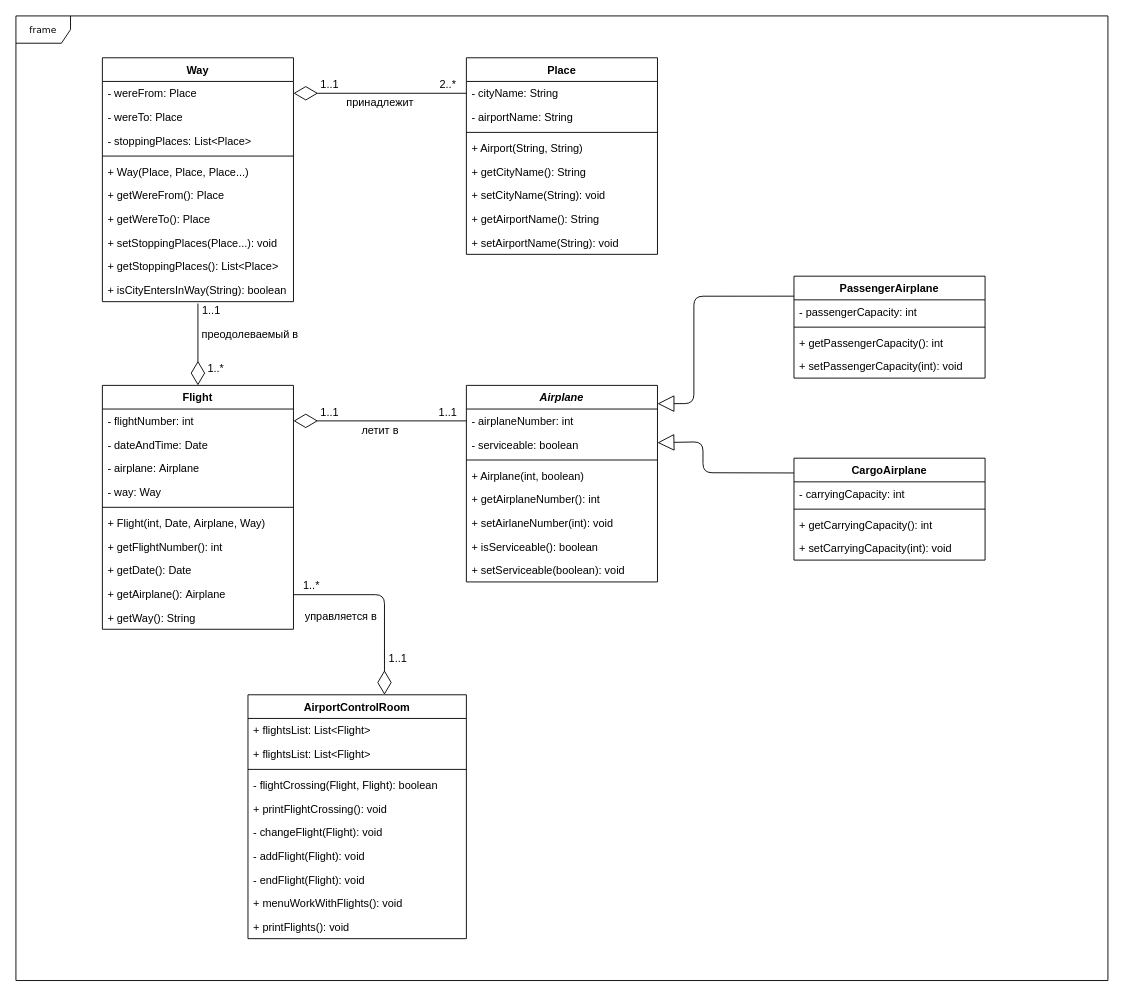
The draw.io diagram task-2/3/Airplane.drawio in Shurik-Yankovich/Restfull-web-project, before the edit. Source tidied: cells renumbered, new cells numbered last; positions are measured from the earlier drawing's top-left corner, leaving out a move shared by most shapes. Both pictures are drawn from the tidied source at 91%, with x=0, y=0 at pixel (15, 15).
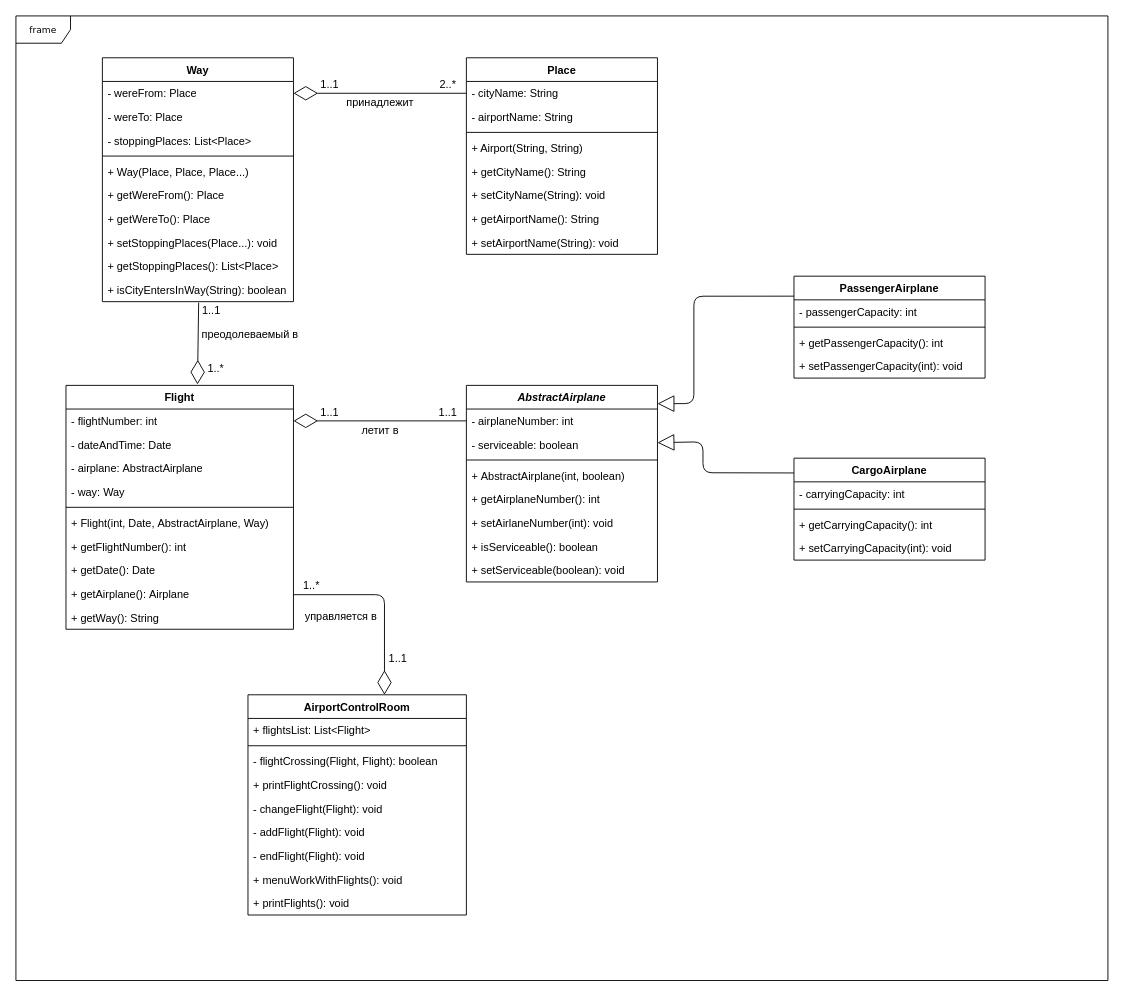
Above is the later version.

Unchanged cells that the change refers to:
```xml
<mxCell id="13" value="1..1" style="text;html=1;strokeColor=none;fillColor=none;align=center;verticalAlign=middle;whiteSpace=wrap;rounded=0;" parent="1" vertex="1">
  <mxGeometry x="195" y="314" width="40" height="20" as="geometry" />
</mxCell>
<mxCell id="36" value="+ isCityEntersInWay(String): boolean" style="text;strokeColor=none;fillColor=none;align=left;verticalAlign=top;spacingLeft=4;spacingRight=4;overflow=hidden;points=[[0,0.5],[1,0.5]];portConstraint=eastwest;" parent="26" vertex="1">
  <mxGeometry y="242" width="210" height="26" as="geometry" />
</mxCell>
```

What changed in the source:
```diff
@@
-    <mxCell id="7" style="endArrow=diamondThin;endFill=0;endSize=24;html=1;exitX=0.5;exitY=1.077;exitDx=0;exitDy=0;exitPerimeter=0;entryX=0.5;entryY=0;entryDx=0;entryDy=0;" parent="1" edge="1" source="36" target="37">
+    <mxCell id="7" style="endArrow=diamondThin;endFill=0;endSize=24;html=1;exitX=0.145;exitY=0.05;exitDx=0;exitDy=0;exitPerimeter=0;entryX=0.578;entryY=-0.004;entryDx=0;entryDy=0;entryPerimeter=0;" parent="1" edge="1" source="13" target="37">
       <mxGeometry relative="1" as="geometry" />
     </mxCell>
@@
     <mxCell id="37" value="Flight" style="swimlane;fontStyle=1;align=center;verticalAlign=top;horizontal=1;startSize=26;" parent="1" vertex="1">
-      <mxGeometry x="95" y="406" width="210" height="268" as="geometry" />
+      <mxGeometry x="55" y="406" width="250" height="268" as="geometry" />
     </mxCell>
     <mxCell id="38" value="- flightNumber: int" style="text;strokeColor=none;fillColor=none;align=left;verticalAlign=top;spacingLeft=4;spacingRight=4;overflow=hidden;points=[[0,0.5],[1,0.5]];portConstraint=eastwest;" parent="37" vertex="1">
-      <mxGeometry y="26" width="210" height="26" as="geometry" />
+      <mxGeometry y="26" width="250" height="26" as="geometry" />
     </mxCell>
     <mxCell id="39" value="- dateAndTime: Date" style="text;strokeColor=none;fillColor=none;align=left;verticalAlign=top;spacingLeft=4;spacingRight=4;overflow=hidden;" parent="37" vertex="1">
-      <mxGeometry y="52" width="210" height="26" as="geometry" />
+      <mxGeometry y="52" width="250" height="26" as="geometry" />
     </mxCell>
-    <mxCell id="40" value="- airplane: Airplane" style="text;strokeColor=none;fillColor=none;align=left;verticalAlign=top;spacingLeft=4;spacingRight=4;overflow=hidden;" parent="37" vertex="1">
-      <mxGeometry y="78" width="210" height="26" as="geometry" />
+    <mxCell id="40" value="- airplane: AbstractAirplane" style="text;strokeColor=none;fillColor=none;align=left;verticalAlign=top;spacingLeft=4;spacingRight=4;overflow=hidden;" parent="37" vertex="1">
+      <mxGeometry y="78" width="250" height="26" as="geometry" />
     </mxCell>
     <mxCell id="41" value="- way: Way" style="text;strokeColor=none;fillColor=none;align=left;verticalAlign=top;spacingLeft=4;spacingRight=4;overflow=hidden;" parent="37" vertex="1">
-      <mxGeometry y="104" width="210" height="26" as="geometry" />
+      <mxGeometry y="104" width="250" height="26" as="geometry" />
     </mxCell>
     <mxCell id="42" style="line;strokeWidth=1;fillColor=none;align=left;verticalAlign=middle;spacingTop=-1;spacingLeft=3;spacingRight=3;labelPosition=right;" parent="37" vertex="1">
-      <mxGeometry y="130" width="210" height="8" as="geometry" />
+      <mxGeometry y="130" width="250" height="8" as="geometry" />
     </mxCell>
-    <mxCell id="43" value="+ Flight(int, Date, Airplane, Way)" style="text;strokeColor=none;fillColor=none;align=left;verticalAlign=top;spacingLeft=4;spacingRight=4;overflow=hidden;" parent="37" vertex="1">
-      <mxGeometry y="138" width="210" height="26" as="geometry" />
+    <mxCell id="43" value="+ Flight(int, Date, AbstractAirplane, Way)" style="text;strokeColor=none;fillColor=none;align=left;verticalAlign=top;spacingLeft=4;spacingRight=4;overflow=hidden;" parent="37" vertex="1">
+      <mxGeometry y="138" width="250" height="26" as="geometry" />
     </mxCell>
     <mxCell id="44" value="+ getFlightNumber(): int" style="text;strokeColor=none;fillColor=none;align=left;verticalAlign=top;spacingLeft=4;spacingRight=4;overflow=hidden;" parent="37" vertex="1">
-      <mxGeometry y="164" width="210" height="26" as="geometry" />
+      <mxGeometry y="164" width="250" height="26" as="geometry" />
     </mxCell>
     <mxCell id="45" value="+ getDate(): Date" style="text;strokeColor=none;fillColor=none;align=left;verticalAlign=top;spacingLeft=4;spacingRight=4;overflow=hidden;" parent="37" vertex="1">
-      <mxGeometry y="190" width="210" height="26" as="geometry" />
+      <mxGeometry y="190" width="250" height="26" as="geometry" />
     </mxCell>
     <mxCell id="46" value="+ getAirplane(): Airplane" style="text;strokeColor=none;fillColor=none;align=left;verticalAlign=top;spacingLeft=4;spacingRight=4;overflow=hidden;" parent="37" vertex="1">
-      <mxGeometry y="216" width="210" height="26" as="geometry" />
+      <mxGeometry y="216" width="250" height="26" as="geometry" />
     </mxCell>
     <mxCell id="47" value="+ getWay(): String" style="text;strokeColor=none;fillColor=none;align=left;verticalAlign=top;spacingLeft=4;spacingRight=4;overflow=hidden;" parent="37" vertex="1">
-      <mxGeometry y="242" width="210" height="26" as="geometry" />
+      <mxGeometry y="242" width="250" height="26" as="geometry" />
     </mxCell>
-    <mxCell id="48" value="Airplane" style="swimlane;fontStyle=3;align=center;verticalAlign=top;horizontal=1;startSize=26;" parent="1" vertex="1">
+    <mxCell id="48" value="AbstractAirplane" style="swimlane;fontStyle=3;align=center;verticalAlign=top;horizontal=1;startSize=26;" parent="1" vertex="1">
       <mxGeometry x="495" y="406" width="210" height="216" as="geometry" />
     </mxCell>
@@
-    <mxCell id="52" value="+ Airplane(int, boolean)" style="text;strokeColor=none;fillColor=none;align=left;verticalAlign=top;spacingLeft=4;spacingRight=4;overflow=hidden;" parent="48" vertex="1">
+    <mxCell id="52" value="+ AbstractAirplane(int, boolean)" style="text;strokeColor=none;fillColor=none;align=left;verticalAlign=top;spacingLeft=4;spacingRight=4;overflow=hidden;" parent="48" vertex="1">
       <mxGeometry y="86" width="210" height="26" as="geometry" />
     </mxCell>
@@
     <mxCell id="57" value="AirportControlRoom&#10;" style="swimlane;fontStyle=1;align=center;verticalAlign=top;horizontal=1;startSize=26;" parent="1" vertex="1">
-      <mxGeometry x="255" y="746" width="240" height="268" as="geometry" />
+      <mxGeometry x="255" y="746" width="240" height="242" as="geometry" />
     </mxCell>
@@
-    <mxCell id="59" value="+ flightsList: List&lt;Flight&gt;" style="text;strokeColor=none;fillColor=none;align=left;verticalAlign=top;spacingLeft=4;spacingRight=4;overflow=hidden;" parent="57" vertex="1">
-      <mxGeometry y="52" width="240" height="26" as="geometry" />
-    </mxCell>
     <mxCell id="60" style="line;strokeWidth=1;fillColor=none;align=left;verticalAlign=middle;spacingTop=-1;spacingLeft=3;spacingRight=3;labelPosition=right;" parent="57" vertex="1">
-      <mxGeometry y="78" width="240" height="8" as="geometry" />
+      <mxGeometry y="52" width="240" height="8" as="geometry" />
     </mxCell>
     <mxCell id="61" value="- flightCrossing(Flight, Flight): boolean" style="text;strokeColor=none;fillColor=none;align=left;verticalAlign=top;spacingLeft=4;spacingRight=4;overflow=hidden;" parent="57" vertex="1">
-      <mxGeometry y="86" width="240" height="26" as="geometry" />
+      <mxGeometry y="60" width="240" height="26" as="geometry" />
     </mxCell>
     <mxCell id="62" value="+ printFlightCrossing(): void" style="text;strokeColor=none;fillColor=none;align=left;verticalAlign=top;spacingLeft=4;spacingRight=4;overflow=hidden;" parent="57" vertex="1">
-      <mxGeometry y="112" width="240" height="26" as="geometry" />
+      <mxGeometry y="86" width="240" height="26" as="geometry" />
     </mxCell>
     <mxCell id="63" value="- changeFlight(Flight): void" style="text;strokeColor=none;fillColor=none;align=left;verticalAlign=top;spacingLeft=4;spacingRight=4;overflow=hidden;" parent="57" vertex="1">
-      <mxGeometry y="138" width="240" height="26" as="geometry" />
+      <mxGeometry y="112" width="240" height="26" as="geometry" />
     </mxCell>
     <mxCell id="64" value="- addFlight(Flight): void" style="text;strokeColor=none;fillColor=none;align=left;verticalAlign=top;spacingLeft=4;spacingRight=4;overflow=hidden;" parent="57" vertex="1">
-      <mxGeometry y="164" width="240" height="26" as="geometry" />
+      <mxGeometry y="138" width="240" height="26" as="geometry" />
     </mxCell>
     <mxCell id="65" value="- endFlight(Flight): void" style="text;strokeColor=none;fillColor=none;align=left;verticalAlign=top;spacingLeft=4;spacingRight=4;overflow=hidden;" parent="57" vertex="1">
-      <mxGeometry y="190" width="240" height="26" as="geometry" />
+      <mxGeometry y="164" width="240" height="26" as="geometry" />
     </mxCell>
     <mxCell id="66" value="+ menuWorkWithFlights(): void" style="text;strokeColor=none;fillColor=none;align=left;verticalAlign=top;spacingLeft=4;spacingRight=4;overflow=hidden;" parent="57" vertex="1">
-      <mxGeometry y="216" width="240" height="26" as="geometry" />
+      <mxGeometry y="190" width="240" height="26" as="geometry" />
     </mxCell>
     <mxCell id="67" value="+ printFlights(): void" style="text;strokeColor=none;fillColor=none;align=left;verticalAlign=top;spacingLeft=4;spacingRight=4;overflow=hidden;" parent="57" vertex="1">
-      <mxGeometry y="242" width="240" height="26" as="geometry" />
+      <mxGeometry y="216" width="240" height="26" as="geometry" />
     </mxCell>
```
